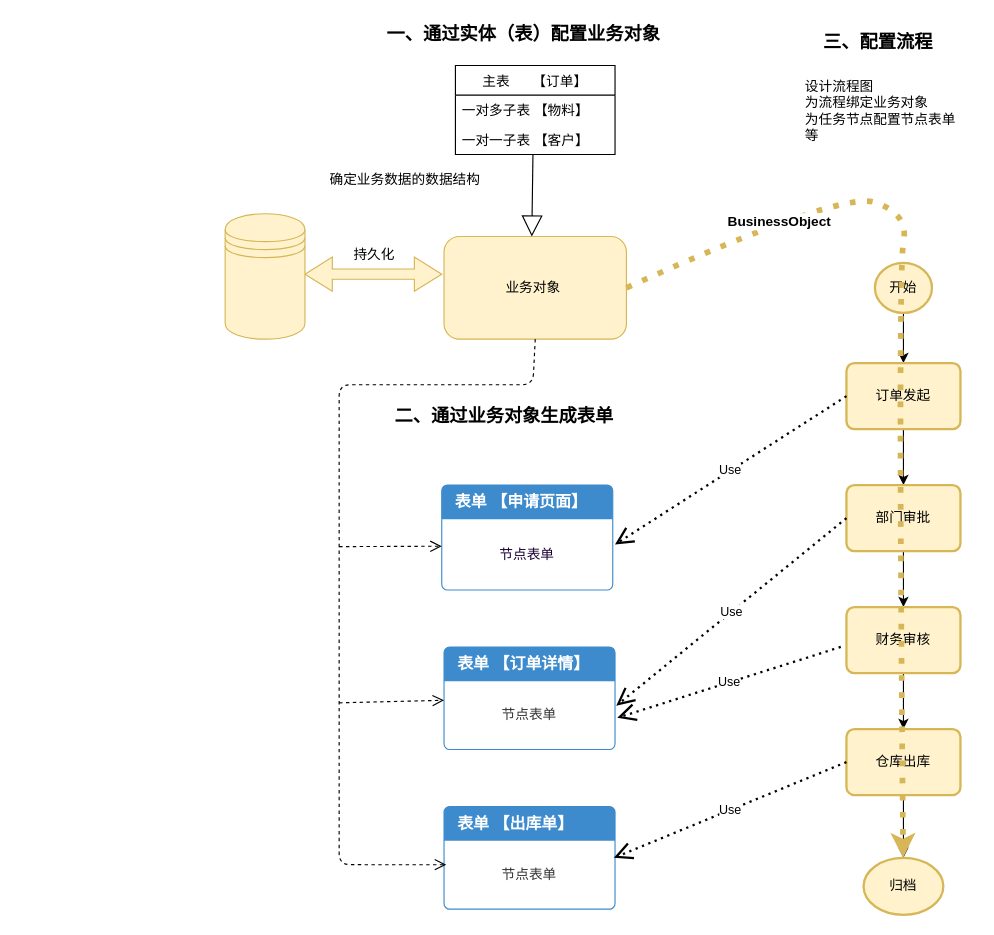
Earlier version of the draw.io diagram 流程解决方案.drawio (miaojf/doc). Source tidied: cells renumbered, new cells numbered last; positions are measured from the earlier drawing's top-left corner, leaving out a move shared by most shapes. Both pictures are drawn from the tidied source at 114%, with x=0, y=0 at pixel (225, 19).
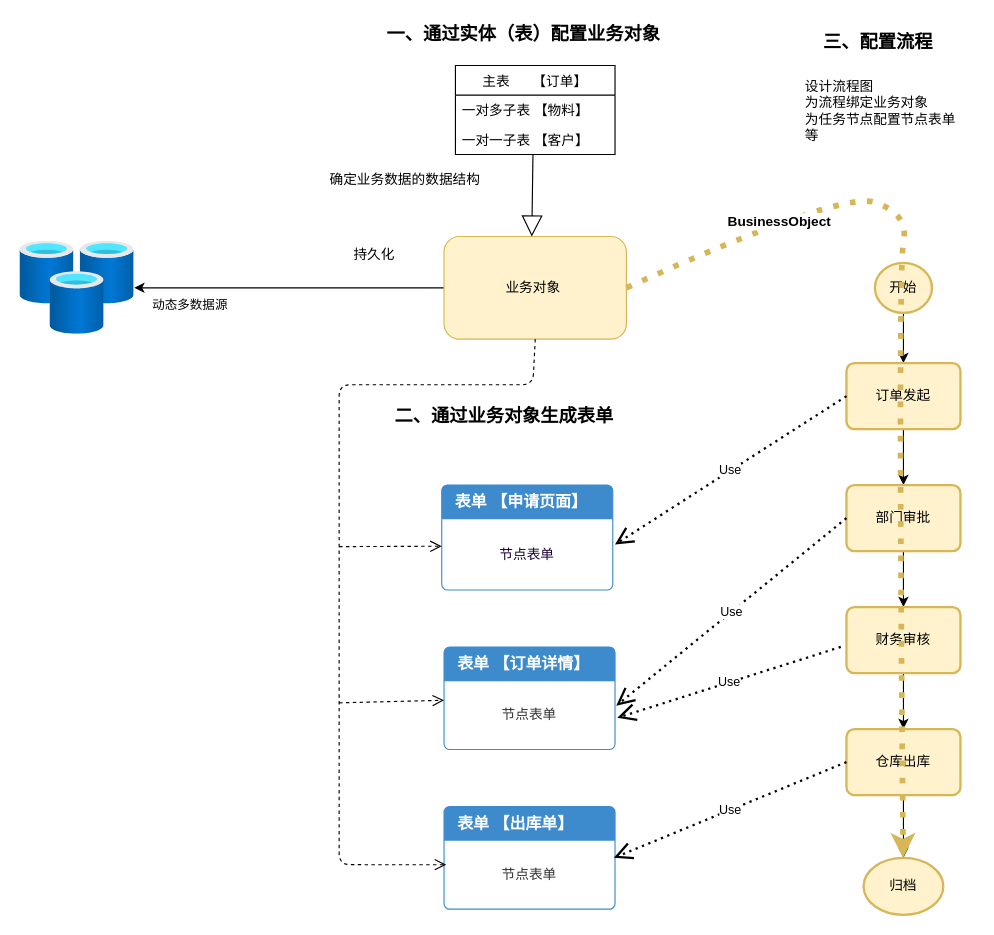
The same page after the edit.

Commit message:
全流程解决方案.drawio

Unchanged cells that the change refers to:
```xml
<mxCell id="2" value="业务对象&amp;nbsp;" style="rounded=1;whiteSpace=wrap;html=1;fillColor=#fff2cc;strokeColor=#d6b656;" parent="1" vertex="1">
  <mxGeometry x="192" y="190" width="160" height="90" as="geometry" />
</mxCell>
```

Diff of the diagram source:
```diff
@@
+    <mxCell id="41" style="edgeStyle=orthogonalEdgeStyle;rounded=0;jettySize=auto;html=1;" parent="1" edge="1" source="2" target="43">
+      <mxGeometry relative="1" as="geometry" />
+    </mxCell>
+    <mxCell id="42" value="动态多数据源" style="edgeLabel;html=1;align=center;verticalAlign=middle;" parent="41" vertex="1">
+      <mxGeometry x="0.75" y="-1" relative="1" as="geometry">
+        <mxPoint x="14.9" y="15.9" as="offset" />
+      </mxGeometry>
+    </mxCell>
@@
-    <mxCell id="3" style="shape=doubleArrow;whiteSpace=wrap;html=1;fillColor=#fff2cc;strokeColor=#d6b656;" parent="1" vertex="1">
-      <mxGeometry x="70" y="208" width="120" height="30" as="geometry" />
-    </mxCell>
@@
-    <mxCell id="15" style="shape=datastore;whiteSpace=wrap;html=1;align=center;fillColor=#fff2cc;strokeColor=#d6b656;" parent="1" vertex="1">
-      <mxGeometry y="170" width="70" height="110" as="geometry" />
-    </mxCell>
@@
+    <mxCell id="43" style="html=1;points=[];align=center;image;fontSize=12;image=img/lib/azure2/databases/Cache_Redis.svg;" parent="1" vertex="1">
+      <mxGeometry x="-180" y="194.2" width="100.3" height="81.5" as="geometry" />
+    </mxCell>
```
